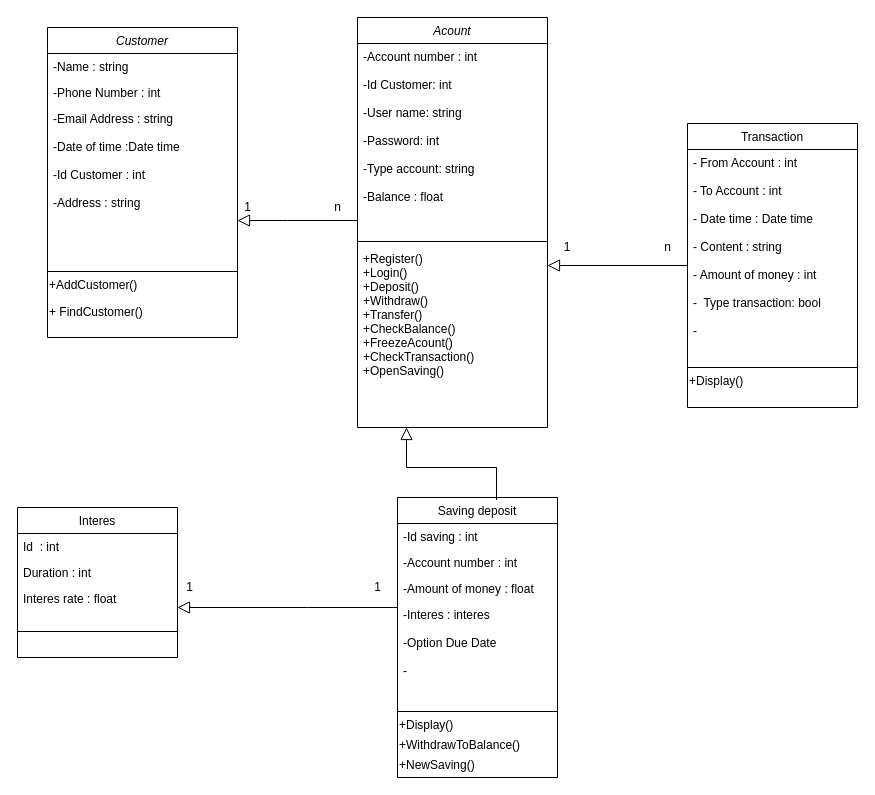
bacday32/lephuocbac keeps this draw.io diagram as BankClass.drawio. Above is the earlier version. Source tidied: cells renumbered, new cells numbered last; positions are measured from the earlier drawing's top-left corner, leaving out a move shared by most shapes. Both pictures are drawn from the tidied source at 100%, with x=0, y=0 at pixel (-123, 17).
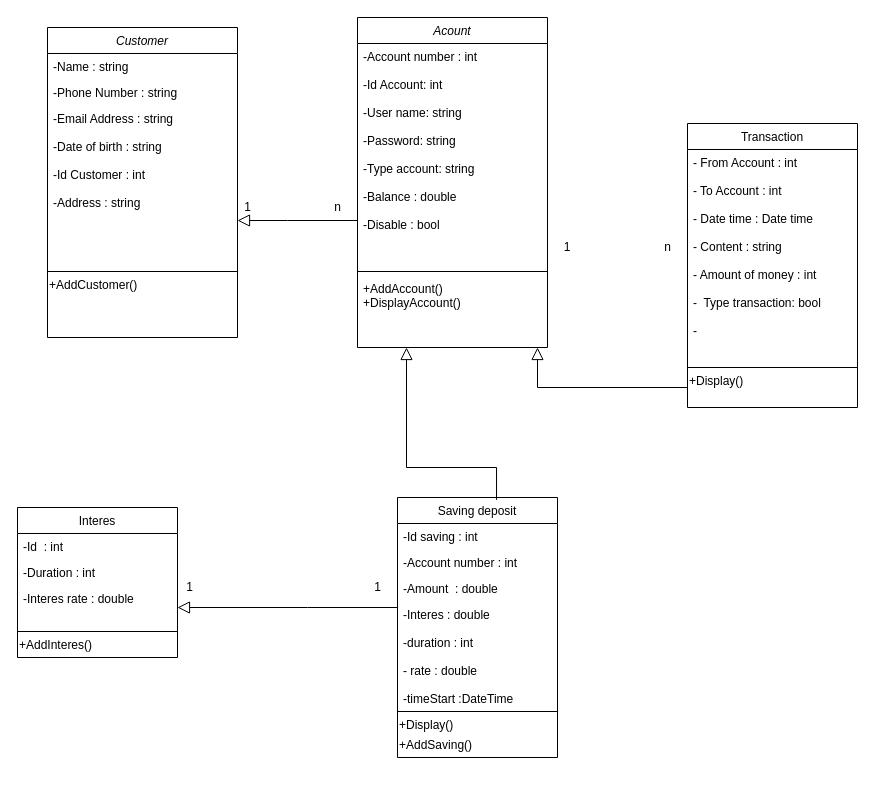
Above is the later version.

Unchanged cells that the change refers to:
```xml
<mxCell id="20" value="Customer" style="swimlane;fontStyle=2;align=center;verticalAlign=top;horizontal=1;startSize=26;rounded=0;shadow=0;strokeWidth=1;" parent="1" vertex="1">
  <mxGeometry x="170" y="10" width="190" height="310" as="geometry" />
</mxCell>
<mxCell id="31" value="Interes" style="swimlane;fontStyle=0;align=center;verticalAlign=top;horizontal=1;startSize=26;rounded=0;shadow=0;strokeWidth=1;" parent="1" vertex="1">
  <mxGeometry x="140" y="490" width="160" height="150" as="geometry" />
</mxCell>
```

Diff of the diagram source:
```diff
@@
     <mxCell id="2" value="Acount&#10;" style="swimlane;fontStyle=2;align=center;verticalAlign=top;horizontal=1;startSize=26;rounded=0;shadow=0;strokeWidth=1;" parent="1" vertex="1">
-      <mxGeometry x="480" width="190" height="410" as="geometry" />
+      <mxGeometry x="480" width="190" height="330" as="geometry" />
     </mxCell>
-    <mxCell id="3" value="-Account number : int&#10;&#10;-Id Customer: int&#10;&#10;-User name: string&#10;&#10;-Password: int&#10;&#10;-Type account: string&#10;&#10;-Balance : float&#10;&#10;" style="text;align=left;verticalAlign=top;spacingLeft=4;spacingRight=4;overflow=hidden;rounded=0;shadow=0;html=0;" parent="2" vertex="1">
-      <mxGeometry y="26" width="190" height="194" as="geometry" />
+    <mxCell id="3" value="-Account number : int&#10;&#10;-Id Account: int&#10;&#10;-User name: string&#10;&#10;-Password: string&#10;&#10;-Type account: string&#10;&#10;-Balance : double&#10;&#10;-Disable : bool&#10;&#10;" style="text;align=left;verticalAlign=top;spacingLeft=4;spacingRight=4;overflow=hidden;rounded=0;shadow=0;html=0;" parent="2" vertex="1">
+      <mxGeometry y="26" width="190" height="224" as="geometry" />
     </mxCell>
     <mxCell id="4" style="line;html=1;strokeWidth=1;align=left;verticalAlign=middle;spacingTop=-1;spacingLeft=3;spacingRight=3;labelPosition=right;" parent="2" vertex="1">
-      <mxGeometry y="220" width="190" height="8" as="geometry" />
+      <mxGeometry y="250" width="190" height="8" as="geometry" />
     </mxCell>
-    <mxCell id="5" value="+Register()&#10;+Login()&#10;+Deposit()&#10;+Withdraw()&#10;+Transfer()&#10;+CheckBalance()&#10;+FreezeAcount()&#10;+CheckTransaction()&#10;+OpenSaving()&#10;&#10;" style="text;align=left;verticalAlign=top;spacingLeft=4;spacingRight=4;overflow=hidden;" parent="2" vertex="1">
-      <mxGeometry y="228" width="190" height="182" as="geometry" />
+    <mxCell id="5" value="+AddAccount()&#10;+DisplayAccount()" style="text;align=left;verticalAlign=top;spacingLeft=4;spacingRight=4;overflow=hidden;" parent="2" vertex="1">
+      <mxGeometry y="258" width="190" height="72" as="geometry" />
     </mxCell>
@@
     <mxCell id="11" value="Saving deposit&#10;" style="swimlane;fontStyle=0;align=center;verticalAlign=top;horizontal=1;startSize=26;rounded=0;shadow=0;strokeWidth=1;" parent="1" vertex="1">
-      <mxGeometry x="520" y="480" width="160" height="280" as="geometry" />
+      <mxGeometry x="520" y="480" width="160" height="260" as="geometry" />
     </mxCell>
@@
-    <mxCell id="14" value="-Amount of money : float" style="text;align=left;verticalAlign=top;spacingLeft=4;spacingRight=4;overflow=hidden;rounded=0;shadow=0;html=0;" parent="11" vertex="1">
+    <mxCell id="14" value="-Amount  : double" style="text;align=left;verticalAlign=top;spacingLeft=4;spacingRight=4;overflow=hidden;rounded=0;shadow=0;html=0;" parent="11" vertex="1">
       <mxGeometry y="78" width="160" height="26" as="geometry" />
     </mxCell>
-    <mxCell id="15" value="-Interes : interes&#10;&#10;-Option Due Date&#10;&#10;- " style="text;align=left;verticalAlign=top;spacingLeft=4;spacingRight=4;overflow=hidden;rounded=0;shadow=0;html=0;" parent="11" vertex="1">
+    <mxCell id="15" value="-Interes : double&#10;&#10;-duration : int&#10;&#10;- rate : double&#10;&#10;-timeStart :DateTime" style="text;align=left;verticalAlign=top;spacingLeft=4;spacingRight=4;overflow=hidden;rounded=0;shadow=0;html=0;" parent="11" vertex="1">
       <mxGeometry y="104" width="160" height="106" as="geometry" />
     </mxCell>
@@
-    <mxCell id="18" value="+WithdrawToBalance()" style="text;html=1;align=left;verticalAlign=middle;" parent="11" vertex="1">
-      <mxGeometry y="238" width="160" height="20" as="geometry" />
-    </mxCell>
-    <mxCell id="19" value="+NewSaving()" style="text;html=1;align=left;verticalAlign=middle;" parent="11" vertex="1">
-      <mxGeometry y="258" width="160" height="20" as="geometry" />
+    <mxCell id="19" value="+AddSaving()" style="text;html=1;align=left;verticalAlign=middle;" parent="11" vertex="1">
+      <mxGeometry y="238" width="160" height="20" as="geometry" />
     </mxCell>
@@
-    <mxCell id="22" value="-Phone Number : int&#10;&#10;&#10;&#10;" style="text;align=left;verticalAlign=top;spacingLeft=4;spacingRight=4;overflow=hidden;rounded=0;shadow=0;html=0;" parent="20" vertex="1">
+    <mxCell id="22" value="-Phone Number : string&#10;&#10;&#10;&#10;" style="text;align=left;verticalAlign=top;spacingLeft=4;spacingRight=4;overflow=hidden;rounded=0;shadow=0;html=0;" parent="20" vertex="1">
       <mxGeometry y="52" width="190" height="26" as="geometry" />
     </mxCell>
-    <mxCell id="23" value="-Email Address : string&#10;&#10;-Date of time :Date time&#10;&#10;-Id Customer : int &#10;&#10;-Address : string&#10;" style="text;align=left;verticalAlign=top;spacingLeft=4;spacingRight=4;overflow=hidden;rounded=0;shadow=0;html=0;" parent="20" vertex="1">
+    <mxCell id="23" value="-Email Address : string&#10;&#10;-Date of birth : string&#10;&#10;-Id Customer : int &#10;&#10;-Address : string&#10;" style="text;align=left;verticalAlign=top;spacingLeft=4;spacingRight=4;overflow=hidden;rounded=0;shadow=0;html=0;" parent="20" vertex="1">
       <mxGeometry y="78" width="190" height="162" as="geometry" />
     </mxCell>
@@
-    <mxCell id="26" value="+ FindCustomer()" style="text;html=1;align=left;verticalAlign=left&#10;;" parent="20" vertex="1">
-      <mxGeometry y="268" width="190" height="20" as="geometry" />
-    </mxCell>
@@
-    <mxCell id="32" value="Id  : int" style="text;align=left;verticalAlign=top;spacingLeft=4;spacingRight=4;overflow=hidden;" parent="31" vertex="1">
+    <mxCell id="32" value="-Id  : int" style="text;align=left;verticalAlign=top;spacingLeft=4;spacingRight=4;overflow=hidden;" parent="31" vertex="1">
       <mxGeometry y="26" width="160" height="26" as="geometry" />
     </mxCell>
-    <mxCell id="33" value="Duration : int" style="text;align=left;verticalAlign=top;spacingLeft=4;spacingRight=4;overflow=hidden;rounded=0;shadow=0;html=0;" parent="31" vertex="1">
+    <mxCell id="33" value="-Duration : int" style="text;align=left;verticalAlign=top;spacingLeft=4;spacingRight=4;overflow=hidden;rounded=0;shadow=0;html=0;" parent="31" vertex="1">
       <mxGeometry y="52" width="160" height="26" as="geometry" />
     </mxCell>
-    <mxCell id="34" value="Interes rate : float" style="text;align=left;verticalAlign=top;spacingLeft=4;spacingRight=4;overflow=hidden;rounded=0;shadow=0;html=0;" parent="31" vertex="1">
+    <mxCell id="34" value="-Interes rate : double" style="text;align=left;verticalAlign=top;spacingLeft=4;spacingRight=4;overflow=hidden;rounded=0;shadow=0;html=0;" parent="31" vertex="1">
       <mxGeometry y="78" width="160" height="42" as="geometry" />
     </mxCell>
@@
+    <mxCell id="41" value="+AddInteres()" style="text;html=1;align=left;verticalAlign=middle;" parent="31" vertex="1">
+      <mxGeometry y="128" width="160" height="20" as="geometry" />
+    </mxCell>
```
